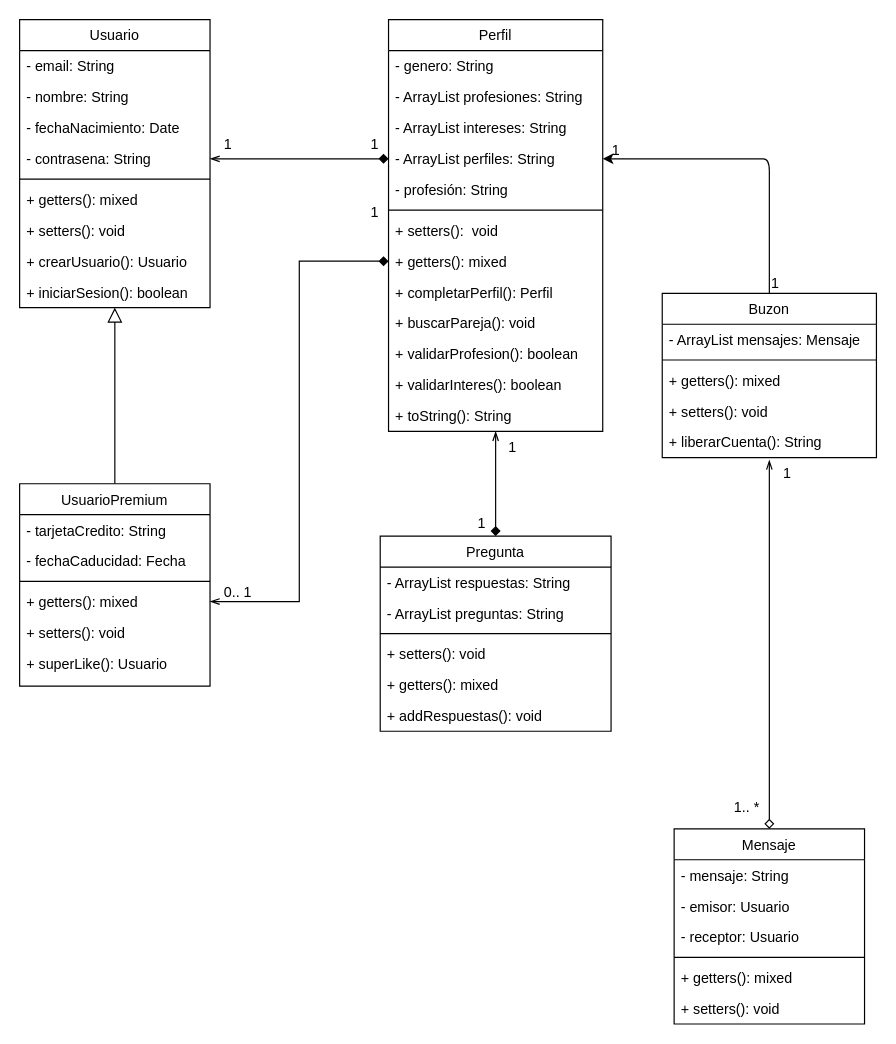
This is Untitled Diagram.drawio from jojofrei/Proyecto-POO, a draw.io file, before an edit. Source tidied: cells renumbered, new cells numbered last; positions are measured from the earlier drawing's top-left corner, leaving out a move shared by most shapes. Both pictures are drawn from the tidied source at 119%, with x=0, y=0 at pixel (19, 19).
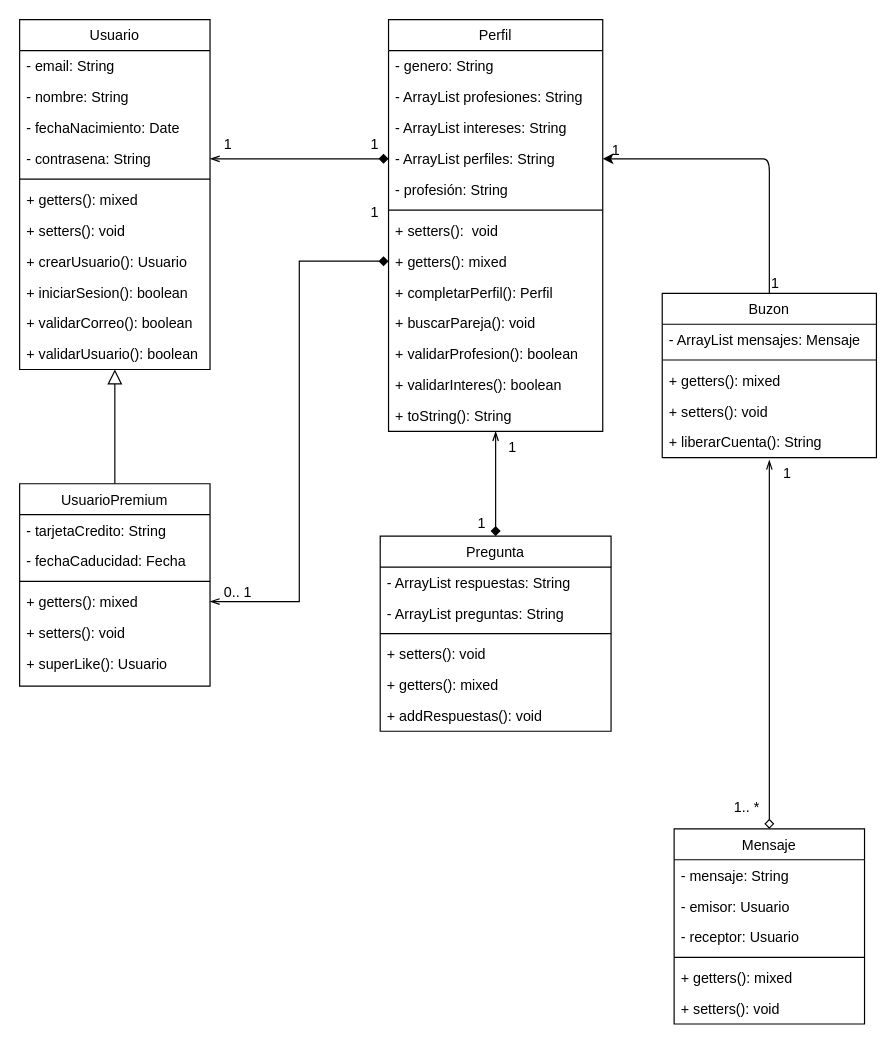
Above is the later version.

The edit, as a diff of the source:
```diff
@@
     <mxCell id="6" value="Usuario" style="swimlane;fontStyle=0;align=center;verticalAlign=top;horizontal=1;startSize=26;rounded=0;shadow=0;strokeWidth=1;" parent="1" vertex="1">
-      <mxGeometry width="160" height="242" as="geometry" />
+      <mxGeometry width="160" height="294" as="geometry" />
     </mxCell>
@@
+    <mxCell id="69" value="+ validarCorreo(): boolean&#10;" style="text;align=left;verticalAlign=top;spacingLeft=4;spacingRight=4;overflow=hidden;rounded=0;shadow=0;html=0;" parent="6" vertex="1">
+      <mxGeometry y="242" width="160" height="26" as="geometry" />
+    </mxCell>
+    <mxCell id="70" value="+ validarUsuario(): boolean&#10;" style="text;align=left;verticalAlign=top;spacingLeft=4;spacingRight=4;overflow=hidden;rounded=0;shadow=0;html=0;" parent="6" vertex="1">
+      <mxGeometry y="268" width="160" height="26" as="geometry" />
+    </mxCell>
```
